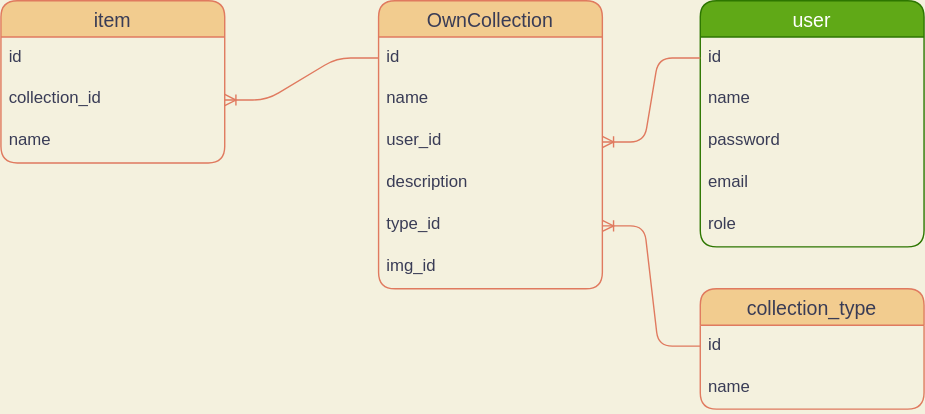
Above: dbstructure.drawio.svg in Ayyyvan/course_project_v2 (draw.io), before the change. Source tidied: cells renumbered, new cells last; positions are measured from the earlier drawing's top-left corner, leaving out a move shared by most shapes.
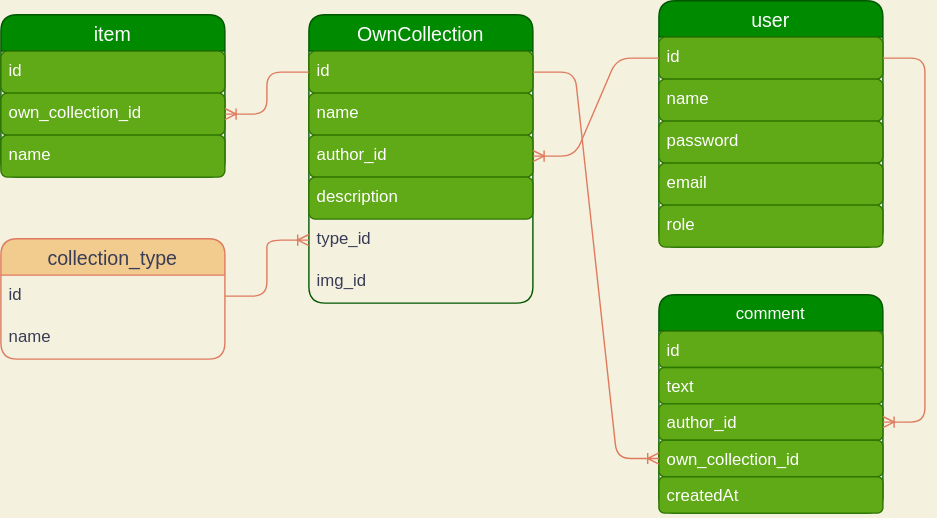
After the change.

Commit message:
feat: add entity 'comment'

Diff of the diagram source:
```diff
@@ -2,37 +2,37 @@
   <root>
     <mxCell id="0" />
     <mxCell id="1" parent="0" />
-    <mxCell id="2" value="user" style="swimlane;fontStyle=0;horizontal=1;startSize=26;align=center;fontSize=14;fillColor=#60a917;strokeColor=#2D7600;fontColor=#ffffff;rounded=1;" parent="1" vertex="1">
-      <mxGeometry x="500" width="160" height="176" as="geometry" />
+    <mxCell id="2" value="user" style="swimlane;fontStyle=0;horizontal=1;startSize=26;align=center;fontSize=14;fillColor=#008a00;strokeColor=#005700;fontColor=#ffffff;rounded=1;" parent="1" vertex="1">
+      <mxGeometry x="530" width="160" height="176" as="geometry" />
     </mxCell>
-    <mxCell id="3" value="id" style="text;strokeColor=none;fillColor=none;spacingLeft=4;spacingRight=4;overflow=hidden;points=[[0,0.5],[1,0.5]];portConstraint=eastwest;fontSize=12;fontColor=#393C56;rounded=1;" parent="2" vertex="1">
+    <mxCell id="3" value="id" style="text;strokeColor=#2D7600;fillColor=#60a917;spacingLeft=4;spacingRight=4;overflow=hidden;points=[[0,0.5],[1,0.5]];portConstraint=eastwest;fontSize=12;fontColor=#ffffff;rounded=1;" parent="2" vertex="1">
       <mxGeometry y="26" width="160" height="30" as="geometry" />
     </mxCell>
-    <mxCell id="4" value="name" style="text;strokeColor=none;fillColor=none;spacingLeft=4;spacingRight=4;overflow=hidden;fontSize=12;fontColor=#393C56;rounded=1;" parent="2" vertex="1">
+    <mxCell id="4" value="name" style="text;strokeColor=#2D7600;fillColor=#60a917;spacingLeft=4;spacingRight=4;overflow=hidden;fontSize=12;fontColor=#ffffff;rounded=1;" parent="2" vertex="1">
       <mxGeometry y="56" width="160" height="30" as="geometry" />
     </mxCell>
-    <mxCell id="5" value="password" style="text;strokeColor=none;fillColor=none;spacingLeft=4;spacingRight=4;overflow=hidden;fontSize=12;fontColor=#393C56;rounded=1;" parent="2" vertex="1">
+    <mxCell id="5" value="password" style="text;strokeColor=#2D7600;fillColor=#60a917;spacingLeft=4;spacingRight=4;overflow=hidden;fontSize=12;fontColor=#ffffff;rounded=1;" parent="2" vertex="1">
       <mxGeometry y="86" width="160" height="30" as="geometry" />
     </mxCell>
-    <mxCell id="6" value="email" style="text;strokeColor=none;fillColor=none;spacingLeft=4;spacingRight=4;overflow=hidden;fontSize=12;fontColor=#393C56;rounded=1;" parent="2" vertex="1">
+    <mxCell id="6" value="email" style="text;strokeColor=#2D7600;fillColor=#60a917;spacingLeft=4;spacingRight=4;overflow=hidden;fontSize=12;fontColor=#ffffff;rounded=1;" parent="2" vertex="1">
       <mxGeometry y="116" width="160" height="30" as="geometry" />
     </mxCell>
-    <mxCell id="7" value="role" style="text;strokeColor=none;fillColor=none;spacingLeft=4;spacingRight=4;overflow=hidden;fontSize=12;fontColor=#393C56;rounded=1;" parent="2" vertex="1">
+    <mxCell id="7" value="role" style="text;strokeColor=#2D7600;fillColor=#60a917;spacingLeft=4;spacingRight=4;overflow=hidden;fontSize=12;fontColor=#ffffff;rounded=1;" parent="2" vertex="1">
       <mxGeometry y="146" width="160" height="30" as="geometry" />
     </mxCell>
-    <mxCell id="8" value="OwnCollection" style="swimlane;fontStyle=0;horizontal=1;startSize=26;align=center;fontSize=14;fillColor=#F2CC8F;strokeColor=#E07A5F;fontColor=#393C56;rounded=1;" parent="1" vertex="1">
-      <mxGeometry x="270" width="160" height="206" as="geometry" />
+    <mxCell id="8" value="OwnCollection" style="swimlane;fontStyle=0;horizontal=1;startSize=26;align=center;fontSize=14;fillColor=#008a00;strokeColor=#005700;fontColor=#ffffff;rounded=1;" parent="1" vertex="1">
+      <mxGeometry x="280" y="10" width="160" height="206" as="geometry" />
     </mxCell>
-    <mxCell id="9" value="id" style="text;strokeColor=none;fillColor=none;spacingLeft=4;spacingRight=4;overflow=hidden;points=[[0,0.5],[1,0.5]];portConstraint=eastwest;fontSize=12;fontColor=#393C56;rounded=1;" parent="8" vertex="1">
+    <mxCell id="9" value="id" style="text;strokeColor=#2D7600;fillColor=#60a917;spacingLeft=4;spacingRight=4;overflow=hidden;points=[[0,0.5],[1,0.5]];portConstraint=eastwest;fontSize=12;fontColor=#ffffff;rounded=1;" parent="8" vertex="1">
       <mxGeometry y="26" width="160" height="30" as="geometry" />
     </mxCell>
-    <mxCell id="10" value="name" style="text;strokeColor=none;fillColor=none;spacingLeft=4;spacingRight=4;overflow=hidden;fontSize=12;fontColor=#393C56;rounded=1;" parent="8" vertex="1">
+    <mxCell id="10" value="name" style="text;strokeColor=#2D7600;fillColor=#60a917;spacingLeft=4;spacingRight=4;overflow=hidden;fontSize=12;fontColor=#ffffff;rounded=1;" parent="8" vertex="1">
       <mxGeometry y="56" width="160" height="30" as="geometry" />
     </mxCell>
-    <mxCell id="11" value="user_id" style="text;strokeColor=none;fillColor=none;spacingLeft=4;spacingRight=4;overflow=hidden;points=[[0,0.5],[1,0.5]];portConstraint=eastwest;fontSize=12;fontColor=#393C56;rounded=1;" parent="8" vertex="1">
+    <mxCell id="11" value="author_id" style="text;strokeColor=#2D7600;fillColor=#60a917;spacingLeft=4;spacingRight=4;overflow=hidden;points=[[0,0.5],[1,0.5]];portConstraint=eastwest;fontSize=12;fontColor=#ffffff;rounded=1;" parent="8" vertex="1">
       <mxGeometry y="86" width="160" height="30" as="geometry" />
     </mxCell>
-    <mxCell id="12" value="description" style="text;strokeColor=none;fillColor=none;spacingLeft=4;spacingRight=4;overflow=hidden;fontSize=12;fontColor=#393C56;rounded=1;" parent="8" vertex="1">
+    <mxCell id="12" value="description" style="text;strokeColor=#2D7600;fillColor=#60a917;spacingLeft=4;spacingRight=4;overflow=hidden;fontSize=12;fontColor=#ffffff;rounded=1;" parent="8" vertex="1">
       <mxGeometry y="116" width="160" height="30" as="geometry" />
     </mxCell>
     <mxCell id="13" value="type_id" style="text;strokeColor=none;fillColor=none;spacingLeft=4;spacingRight=4;overflow=hidden;points=[[0,0.5],[1,0.5]];portConstraint=eastwest;fontSize=12;fontColor=#393C56;rounded=1;" parent="8" vertex="1">
@@ -41,20 +41,20 @@
     <mxCell id="14" value="img_id" style="text;strokeColor=none;fillColor=none;spacingLeft=4;spacingRight=4;overflow=hidden;fontSize=12;fontColor=#393C56;rounded=1;" parent="8" vertex="1">
       <mxGeometry y="176" width="160" height="30" as="geometry" />
     </mxCell>
-    <mxCell id="15" value="item" style="swimlane;fontStyle=0;horizontal=1;startSize=26;align=center;fontSize=14;fillColor=#F2CC8F;strokeColor=#E07A5F;fontColor=#393C56;rounded=1;" parent="1" vertex="1">
-      <mxGeometry width="160" height="116" as="geometry" />
+    <mxCell id="15" value="item" style="swimlane;fontStyle=0;horizontal=1;startSize=26;align=center;fontSize=14;fillColor=#008a00;strokeColor=#005700;fontColor=#ffffff;rounded=1;" parent="1" vertex="1">
+      <mxGeometry x="60" y="10" width="160" height="116" as="geometry" />
     </mxCell>
-    <mxCell id="16" value="id" style="text;strokeColor=none;fillColor=none;spacingLeft=4;spacingRight=4;overflow=hidden;fontSize=12;fontColor=#393C56;rounded=1;" parent="15" vertex="1">
+    <mxCell id="16" value="id" style="text;strokeColor=#2D7600;fillColor=#60a917;spacingLeft=4;spacingRight=4;overflow=hidden;fontSize=12;fontColor=#ffffff;rounded=1;" parent="15" vertex="1">
       <mxGeometry y="26" width="160" height="30" as="geometry" />
     </mxCell>
-    <mxCell id="17" value="collection_id" style="text;strokeColor=none;fillColor=none;spacingLeft=4;spacingRight=4;overflow=hidden;points=[[0,0.5],[1,0.5]];portConstraint=eastwest;fontSize=12;fontColor=#393C56;rounded=1;" parent="15" vertex="1">
+    <mxCell id="17" value="own_collection_id" style="text;strokeColor=#2D7600;fillColor=#60a917;spacingLeft=4;spacingRight=4;overflow=hidden;points=[[0,0.5],[1,0.5]];portConstraint=eastwest;fontSize=12;fontColor=#ffffff;rounded=1;" parent="15" vertex="1">
       <mxGeometry y="56" width="160" height="30" as="geometry" />
     </mxCell>
-    <mxCell id="18" value="name" style="text;strokeColor=none;fillColor=none;spacingLeft=4;spacingRight=4;overflow=hidden;fontSize=12;fontColor=#393C56;rounded=1;" parent="15" vertex="1">
+    <mxCell id="18" value="name" style="text;strokeColor=#2D7600;fillColor=#60a917;spacingLeft=4;spacingRight=4;overflow=hidden;fontSize=12;fontColor=#ffffff;rounded=1;" parent="15" vertex="1">
       <mxGeometry y="86" width="160" height="30" as="geometry" />
     </mxCell>
     <mxCell id="19" value="collection_type" style="swimlane;fontStyle=0;horizontal=1;startSize=26;align=center;fontSize=14;fillColor=#F2CC8F;strokeColor=#E07A5F;fontColor=#393C56;rounded=1;" parent="1" vertex="1">
-      <mxGeometry x="500" y="206" width="160" height="86" as="geometry" />
+      <mxGeometry x="60" y="170" width="160" height="86" as="geometry" />
     </mxCell>
     <mxCell id="20" value="id" style="text;strokeColor=none;fillColor=none;spacingLeft=4;spacingRight=4;overflow=hidden;points=[[0,0.5],[1,0.5]];portConstraint=eastwest;fontSize=12;fontColor=#393C56;rounded=1;" parent="19" vertex="1">
       <mxGeometry y="26" width="160" height="30" as="geometry" />
@@ -62,14 +62,38 @@
     <mxCell id="21" value="name" style="text;strokeColor=none;fillColor=none;spacingLeft=4;spacingRight=4;overflow=hidden;fontSize=12;fontColor=#393C56;rounded=1;" parent="19" vertex="1">
       <mxGeometry y="56" width="160" height="30" as="geometry" />
     </mxCell>
-    <mxCell id="22" style="edgeStyle=entityRelationEdgeStyle;fontSize=12;html=1;endArrow=ERoneToMany;labelBackgroundColor=#F4F1DE;strokeColor=#E07A5F;fontColor=#393C56;" parent="1" edge="1" source="3" target="11">
+    <mxCell id="22" style="edgeStyle=entityRelationEdgeStyle;fontSize=12;html=1;endArrow=ERoneToMany;strokeColor=#E07A5F;fontColor=#393C56;labelBackgroundColor=#F4F1DE;" parent="1" edge="1" source="3" target="11">
       <mxGeometry relative="1" as="geometry" />
     </mxCell>
-    <mxCell id="23" style="edgeStyle=entityRelationEdgeStyle;fontSize=12;html=1;endArrow=ERoneToMany;labelBackgroundColor=#F4F1DE;strokeColor=#E07A5F;fontColor=#393C56;" parent="1" edge="1" source="20" target="13">
+    <mxCell id="23" style="edgeStyle=entityRelationEdgeStyle;fontSize=12;html=1;endArrow=ERoneToMany;strokeColor=#E07A5F;fontColor=#393C56;labelBackgroundColor=#F4F1DE;" parent="1" edge="1" source="20" target="13">
       <mxGeometry relative="1" as="geometry" />
     </mxCell>
-    <mxCell id="24" style="edgeStyle=entityRelationEdgeStyle;fontSize=12;html=1;endArrow=ERoneToMany;labelBackgroundColor=#F4F1DE;strokeColor=#E07A5F;fontColor=#393C56;" parent="1" edge="1" source="9" target="17">
+    <mxCell id="24" style="edgeStyle=entityRelationEdgeStyle;fontSize=12;html=1;endArrow=ERoneToMany;strokeColor=#E07A5F;fontColor=#393C56;labelBackgroundColor=#F4F1DE;" parent="1" edge="1" source="9" target="17">
       <mxGeometry relative="1" as="geometry" />
     </mxCell>
+    <mxCell id="25" value="comment" style="swimlane;fontStyle=0;horizontal=1;startSize=26;fillColor=#008a00;strokeColor=#005700;fontColor=#ffffff;rounded=1;" parent="1" vertex="1">
+      <mxGeometry x="530" y="210" width="160" height="156" as="geometry" />
+    </mxCell>
+    <mxCell id="26" value="id" style="text;strokeColor=#2D7600;fillColor=#60a917;align=left;verticalAlign=top;spacingLeft=4;spacingRight=4;overflow=hidden;fontColor=#ffffff;rounded=1;" parent="25" vertex="1">
+      <mxGeometry y="26" width="160" height="26" as="geometry" />
+    </mxCell>
+    <mxCell id="27" value="text" style="text;strokeColor=#2D7600;fillColor=#60a917;align=left;verticalAlign=top;spacingLeft=4;spacingRight=4;overflow=hidden;fontColor=#ffffff;rounded=1;" parent="25" vertex="1">
+      <mxGeometry y="52" width="160" height="26" as="geometry" />
+    </mxCell>
+    <mxCell id="28" value="author_id" style="text;strokeColor=#2D7600;fillColor=#60a917;align=left;verticalAlign=top;spacingLeft=4;spacingRight=4;overflow=hidden;points=[[0,0.5],[1,0.5]];portConstraint=eastwest;fontColor=#ffffff;rounded=1;" parent="25" vertex="1">
+      <mxGeometry y="78" width="160" height="26" as="geometry" />
+    </mxCell>
+    <mxCell id="29" value="own_collection_id" style="text;strokeColor=#2D7600;fillColor=#60a917;align=left;verticalAlign=top;spacingLeft=4;spacingRight=4;overflow=hidden;points=[[0,0.5],[1,0.5]];portConstraint=eastwest;fontColor=#ffffff;rounded=1;" parent="25" vertex="1">
+      <mxGeometry y="104" width="160" height="26" as="geometry" />
+    </mxCell>
+    <mxCell id="30" value="createdAt" style="text;strokeColor=#2D7600;fillColor=#60a917;align=left;verticalAlign=top;spacingLeft=4;spacingRight=4;overflow=hidden;fontColor=#ffffff;rounded=1;" parent="25" vertex="1">
+      <mxGeometry y="130" width="160" height="26" as="geometry" />
+    </mxCell>
+    <mxCell id="31" style="edgeStyle=entityRelationEdgeStyle;fontSize=12;html=1;endArrow=ERoneToMany;fontColor=#393C56;strokeColor=#E07A5F;fillColor=#F2CC8F;" parent="1" edge="1" source="3" target="28">
+      <mxGeometry relative="1" as="geometry" />
+    </mxCell>
+    <mxCell id="32" style="edgeStyle=entityRelationEdgeStyle;fontSize=12;html=1;endArrow=ERoneToMany;fontColor=#393C56;strokeColor=#E07A5F;fillColor=#F2CC8F;" parent="1" edge="1" source="9" target="29">
+      <mxGeometry relative="1" as="geometry" />
+    </mxCell>
   </root>
 </mxGraphModel>
```
